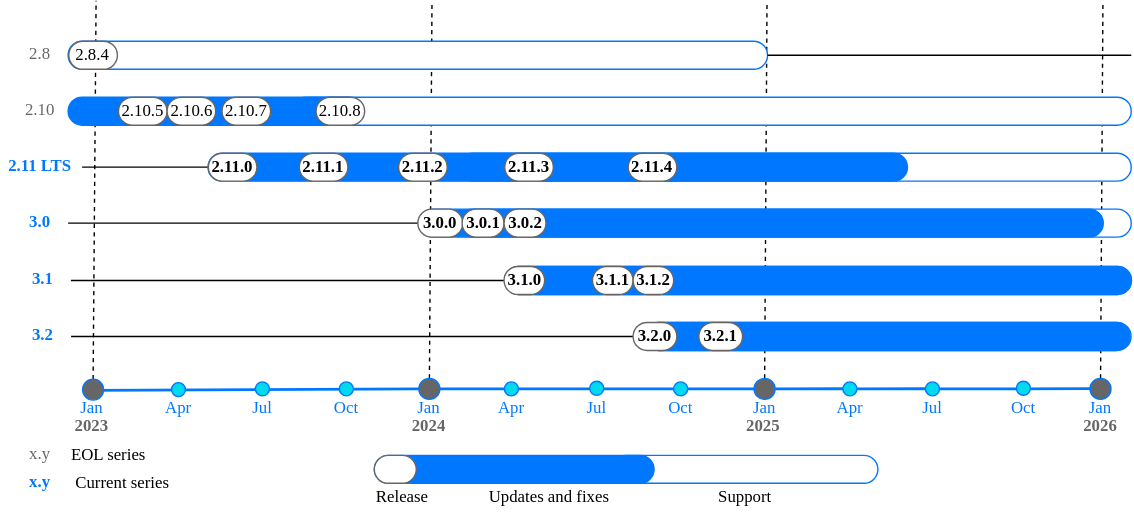
Above: doc/release/_images/releases_calendar.svg in georgiy-belyanin/doc (draw.io), before the change. Source tidied: cells renumbered, new cells last; positions are measured from the earlier drawing's top-left corner, leaving out a move shared by most shapes.
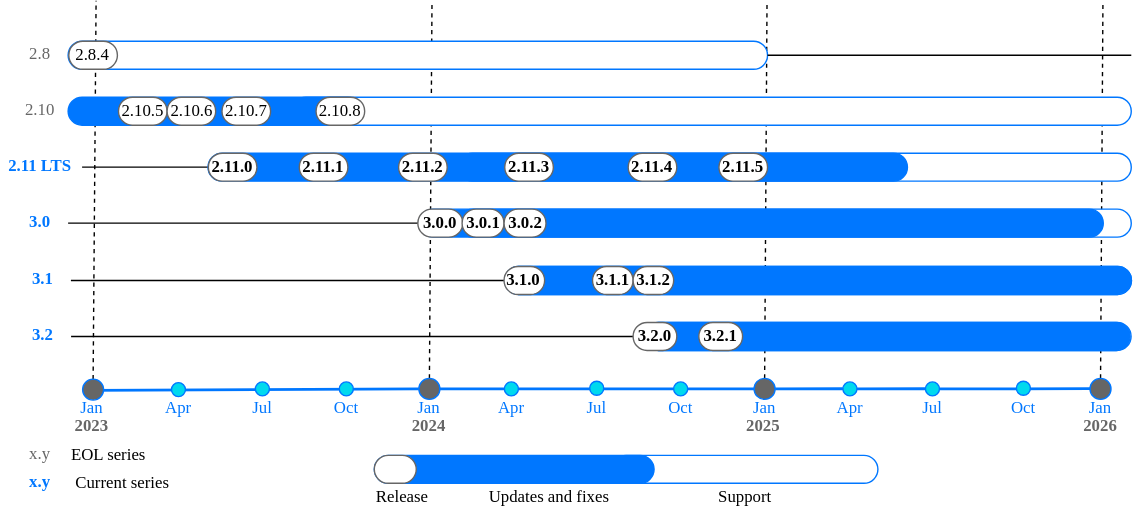
After the commit.

The edit, as a diff of the source:
```diff
@@ -318,5 +318,8 @@
     <mxCell id="96" value="&lt;b&gt;3.2.1&lt;/b&gt;" style="rounded=1;whiteSpace=wrap;html=1;glass=0;arcSize=50;strokeColor=#666666;fillColor=#FFFFFF;strokeWidth=1;fontFamily=VK Sans Display;" parent="1" vertex="1">
       <mxGeometry x="498.8" y="230" width="31.2" height="20" as="geometry" />
     </mxCell>
+    <mxCell id="97" value="&lt;b&gt;2.11.5&lt;/b&gt;" style="rounded=1;whiteSpace=wrap;html=1;glass=0;arcSize=50;strokeColor=#666666;fillColor=#FFFFFF;strokeWidth=1;fontFamily=VK Sans Display;" parent="1" vertex="1">
+      <mxGeometry x="513.1" y="109" width="34.8" height="20" as="geometry" />
+    </mxCell>
   </root>
 </mxGraphModel>
```
